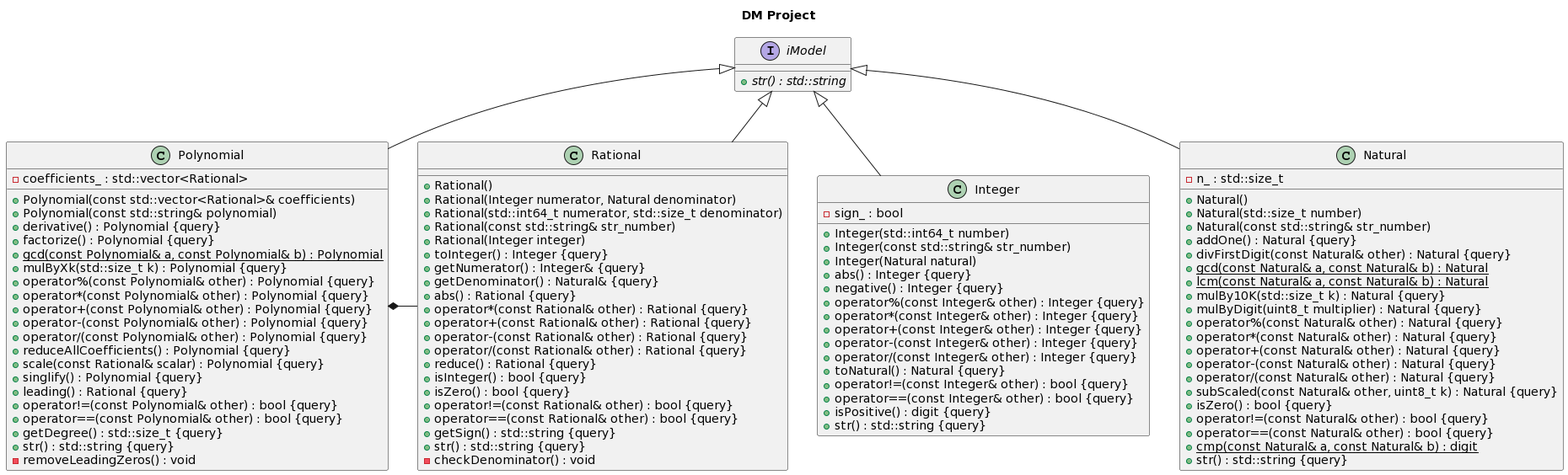
This is info/architecture.png from Nekson228/DM-Project, a PlantUML export, as it was before one commit.
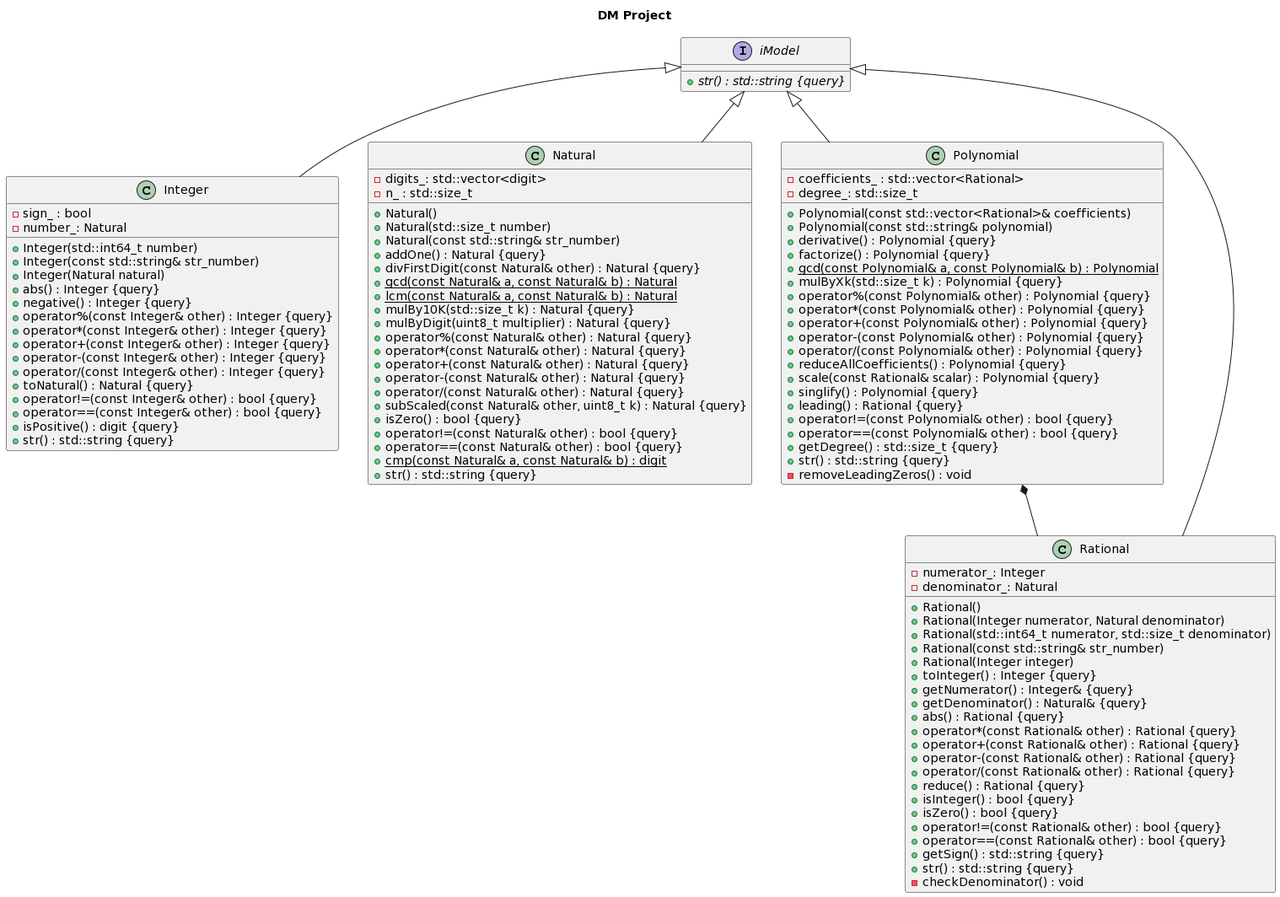
The same diagram one commit later.

What changed in the source:
```diff
@@ -1,6 +1,5 @@
 @startuml
 title DM Project
-
 
 
 class Integer {
@@ -18,12 +17,14 @@
 	+operator!=(const Integer& other) : bool {query}
 	+operator==(const Integer& other) : bool {query}
 	-sign_ : bool
+	-number_: Natural
 	+isPositive() : digit {query}
 	+str() : std::string {query}
 }
 
 
 class Natural {
+  -digits_: std::vector<digit>
 	+Natural()
 	+Natural(std::size_t number)
 	+Natural(const std::string& str_number)
@@ -69,11 +70,14 @@
 	+getDegree() : std::size_t {query}
 	+str() : std::string {query}
 	-coefficients_ : std::vector<Rational>
+	-degree_: std::size_t
 	-removeLeadingZeros() : void
 }
 
 
 class Rational {
+  -numerator_: Integer
+  -denominator_: Natural
 	+Rational()
 	+Rational(Integer numerator, Natural denominator)
 	+Rational(std::int64_t numerator, std::size_t denominator)
@@ -99,7 +103,7 @@
 
 
 interface iModel {
-	+{abstract} str() : std::string
+	+{abstract} str() : std::string {query}
 }
 
 
@@ -116,14 +120,14 @@
 .iModel <|-- .Polynomial
 
 
-.iModel <|- .Rational
+.iModel <|-- .Rational
 
 
 
 
 
 
-.Polynomial *- .Rational
+.Polynomial *-- .Rational
 
 
 
```
